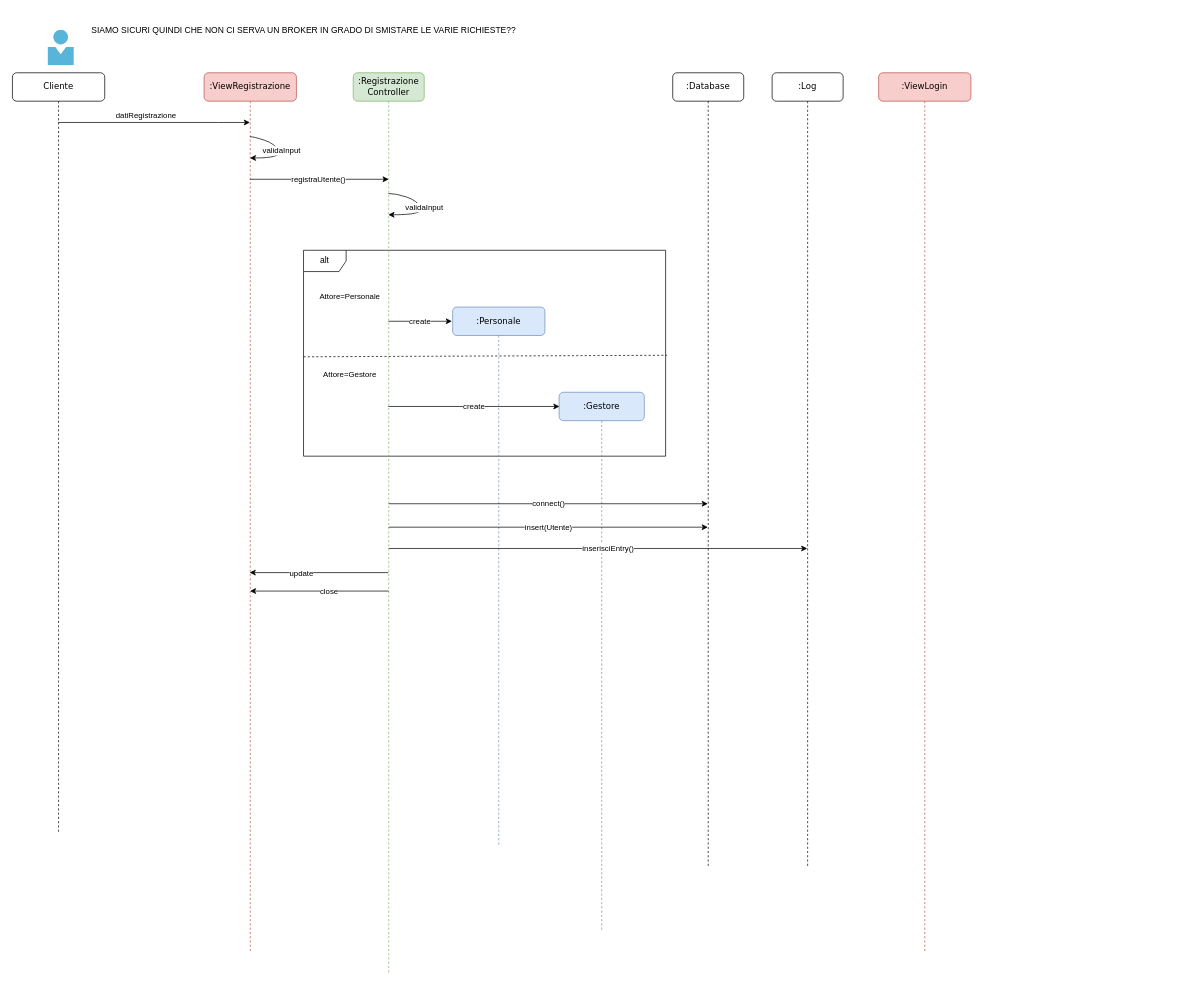
Earlier version of the draw.io diagram page "Registrazione" (1 of 4) of progettazione/dettaglio/dettaglioSequenza.drawio (Marco-Burattoni/Progetto-ids). Source tidied: cells renumbered, new cells numbered last; positions are measured from the earlier drawing's top-left corner, leaving out a move shared by most shapes. Both pictures are drawn from the tidied source at 71%, with x=0, y=0 at pixel (12, 19).
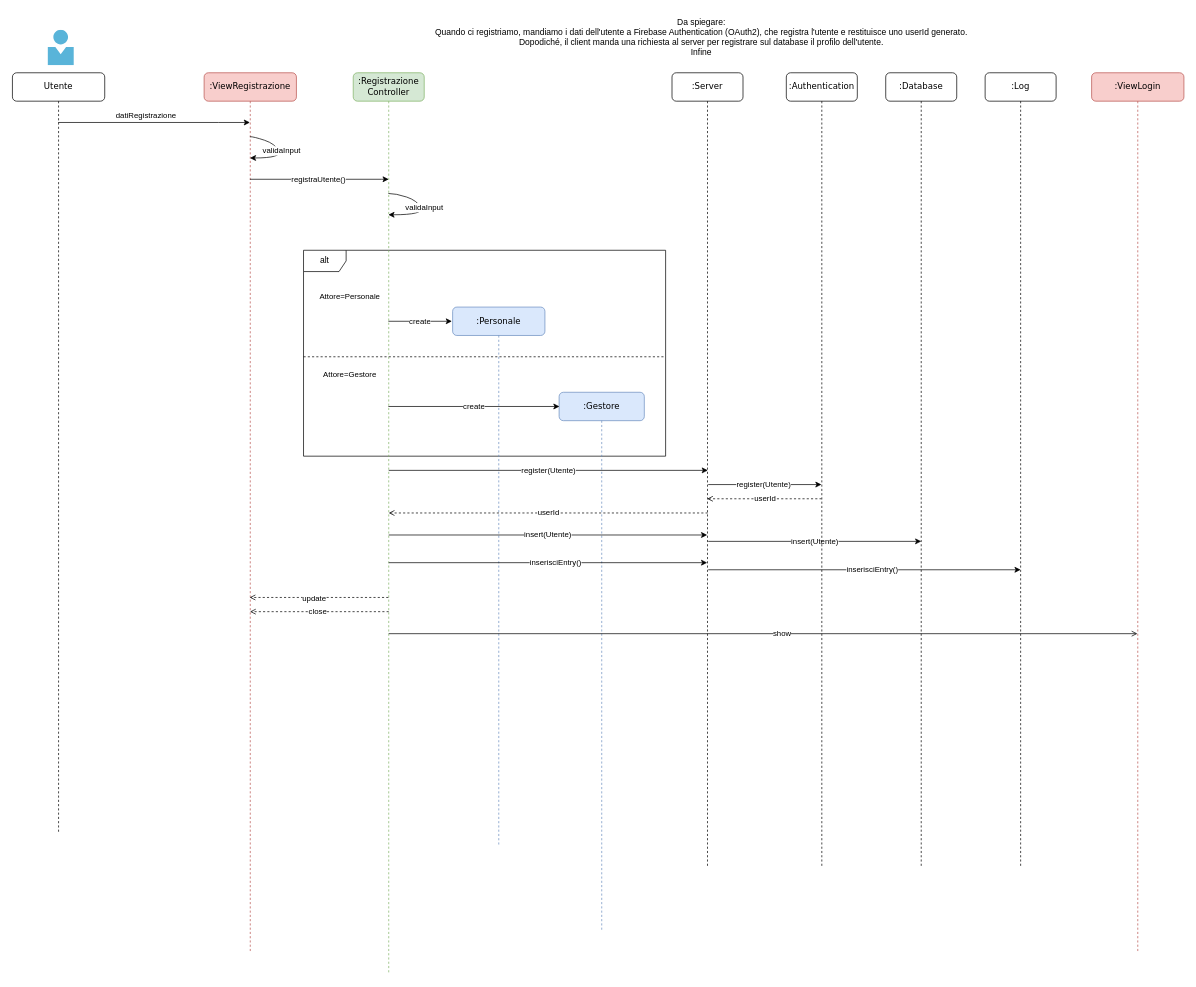
The same page after the edit.

The change refers to these unchanged cells:
```xml
<mxCell id="2" value="alt" style="shape=umlFrame;whiteSpace=wrap;html=1;" parent="1" vertex="1">
  <mxGeometry x="410" y="325" width="510" height="290" as="geometry" />
</mxCell>
<mxCell id="3" value=":Registrazione&lt;br&gt;Controller" style="shape=umlLifeline;perimeter=lifelinePerimeter;whiteSpace=wrap;html=1;outlineConnect=0;rounded=1;shadow=0;comic=0;labelBackgroundColor=none;strokeWidth=1;fontFamily=Verdana;fontSize=12;align=center;fillColor=#d5e8d4;strokeColor=#82b366;" parent="1" vertex="1">
  <mxGeometry x="480" y="75" width="100" height="1270" as="geometry" />
</mxCell>
```

The edit, as a diff of the source:
```diff
@@
-    <mxCell id="4" value="close" style="endArrow=classic;html=1;rounded=0;" parent="3" edge="1">
-      <mxGeometry x="-0.13" relative="1" as="geometry">
-        <mxPoint x="50" y="730" as="sourcePoint" />
-        <mxPoint x="-145.4" y="730" as="targetPoint" />
-        <mxPoint x="1" as="offset" />
+    <mxCell id="4" value="close" style="endArrow=open;html=1;rounded=0;dashed=1;endFill=0;" parent="3" edge="1">
+      <mxGeometry x="0.02" relative="1" as="geometry">
+        <mxPoint x="50" y="759" as="sourcePoint" />
+        <mxPoint x="-145.4" y="759" as="targetPoint" />
       </mxGeometry>
     </mxCell>
@@
-    <mxCell id="8" value="Cliente" style="shape=umlLifeline;perimeter=lifelinePerimeter;whiteSpace=wrap;html=1;outlineConnect=0;rounded=1;shadow=0;comic=0;labelBackgroundColor=none;strokeWidth=1;fontFamily=Verdana;fontSize=12;align=center;size=40;" parent="1" vertex="1">
+    <mxCell id="8" value="Utente" style="shape=umlLifeline;perimeter=lifelinePerimeter;whiteSpace=wrap;html=1;outlineConnect=0;rounded=1;shadow=0;comic=0;labelBackgroundColor=none;strokeWidth=1;fontFamily=Verdana;fontSize=12;align=center;size=40;" parent="1" vertex="1">
       <mxGeometry y="75" width="130" height="1070" as="geometry" />
     </mxCell>
@@
-    <mxCell id="11" value="SIAMO SICURI QUINDI CHE NON CI SERVA UN BROKER IN GRADO DI SMISTARE LE VARIE RICHIESTE??" style="text;html=1;align=center;verticalAlign=middle;strokeColor=none;fillColor=none;" parent="1" vertex="1">
-      <mxGeometry x="100" width="620" height="30" as="geometry" />
-    </mxCell>
@@
-    <mxCell id="17" style="endArrow=none;dashed=1;html=1;rounded=0;labelBackgroundColor=#FFFFFF;fontFamily=Helvetica;fontSize=11;entryX=1.004;entryY=0.51;entryDx=0;entryDy=0;entryPerimeter=0;" parent="1" edge="1" target="2">
+    <mxCell id="17" style="endArrow=none;dashed=1;html=1;rounded=0;labelBackgroundColor=#FFFFFF;fontFamily=Helvetica;fontSize=11;" parent="1" edge="1">
       <mxGeometry relative="1" as="geometry">
         <mxPoint x="410" y="475" as="sourcePoint" />
+        <mxPoint x="920" y="475" as="targetPoint" />
       </mxGeometry>
     </mxCell>
@@
     <mxCell id="20" value=":Database" style="shape=umlLifeline;perimeter=lifelinePerimeter;whiteSpace=wrap;html=1;rounded=1;shadow=0;comic=0;labelBackgroundColor=none;strokeWidth=1;fontFamily=Verdana;fontSize=12;align=center;" parent="1" vertex="1">
-      <mxGeometry x="930" y="75" width="100" height="1120" as="geometry" />
+      <mxGeometry x="1230" y="75" width="100" height="1120" as="geometry" />
     </mxCell>
+    <mxCell id="28" value="register(Utente)" style="endArrow=classic;html=1;rounded=0;" parent="20" edge="1" target="30">
+      <mxGeometry x="-0.02" relative="1" as="geometry">
+        <mxPoint x="-250" y="580" as="sourcePoint" />
+      </mxGeometry>
+    </mxCell>
+    <mxCell id="29" value="insert(Utente)" style="endArrow=classic;html=1;rounded=0;" parent="20" edge="1">
+      <mxGeometry relative="1" as="geometry">
+        <mxPoint x="-250" y="660" as="sourcePoint" />
+        <mxPoint x="50" y="660" as="targetPoint" />
+      </mxGeometry>
+    </mxCell>
-    <mxCell id="21" value="connect()" style="endArrow=classic;html=1;rounded=0;" parent="1" edge="1">
+    <mxCell id="21" value="userId" style="endArrow=none;html=1;rounded=0;startArrow=open;startFill=0;endFill=0;dashed=1;" parent="1" edge="1">
       <mxGeometry relative="1" as="geometry">
-        <mxPoint x="530" y="682" as="sourcePoint" />
-        <mxPoint x="979.5" y="682" as="targetPoint" />
+        <mxPoint x="530" y="695" as="sourcePoint" />
+        <mxPoint x="979.5" y="695" as="targetPoint" />
       </mxGeometry>
     </mxCell>
-    <mxCell id="22" value="insert(Utente)" style="endArrow=classic;html=1;rounded=0;" parent="1" edge="1">
+    <mxCell id="22" value="register(Utente)" style="endArrow=classic;html=1;rounded=0;" parent="1" edge="1">
       <mxGeometry relative="1" as="geometry">
-        <mxPoint x="530" y="715" as="sourcePoint" />
-        <mxPoint x="979.5" y="715" as="targetPoint" />
+        <mxPoint x="530" y="635" as="sourcePoint" />
+        <mxPoint x="979.5" y="635" as="targetPoint" />
       </mxGeometry>
     </mxCell>
     <mxCell id="23" value=":Log" style="shape=umlLifeline;perimeter=lifelinePerimeter;whiteSpace=wrap;html=1;outlineConnect=0;rounded=1;shadow=0;comic=0;labelBackgroundColor=none;strokeWidth=1;fontFamily=Verdana;fontSize=12;align=center;" parent="1" vertex="1">
-      <mxGeometry x="1070" y="75" width="100" height="1120" as="geometry" />
+      <mxGeometry x="1370" y="75" width="100" height="1120" as="geometry" />
     </mxCell>
-    <mxCell id="24" value="inserisciEntry()" style="endArrow=classic;html=1;rounded=0;" parent="1" edge="1" target="23">
+    <mxCell id="24" value="inserisciEntry()" style="endArrow=classic;html=1;rounded=0;" parent="1" edge="1">
       <mxGeometry x="0.05" relative="1" as="geometry">
-        <mxPoint x="530" y="745" as="sourcePoint" />
+        <mxPoint x="530" y="765" as="sourcePoint" />
+        <mxPoint x="978.5" y="765" as="targetPoint" />
       </mxGeometry>
     </mxCell>
-    <mxCell id="25" style="endArrow=classic;html=1;rounded=0;" parent="1" edge="1">
+    <mxCell id="25" style="endArrow=open;html=1;rounded=0;dashed=1;endFill=0;" parent="1" edge="1">
       <mxGeometry relative="1" as="geometry">
-        <mxPoint x="529.5" y="779" as="sourcePoint" />
-        <mxPoint x="334.1" y="779" as="targetPoint" />
+        <mxPoint x="529.5" y="814" as="sourcePoint" />
+        <mxPoint x="334.1" y="814" as="targetPoint" />
       </mxGeometry>
     </mxCell>
     <mxCell id="26" value="update" style="edgeLabel;html=1;align=center;verticalAlign=middle;" parent="25" vertex="1">
-      <mxGeometry x="0.26" relative="1" as="geometry" />
+      <mxGeometry x="0.26" relative="1" as="geometry">
+        <mxPoint x="18" as="offset" />
+      </mxGeometry>
     </mxCell>
     <mxCell id="27" value=":ViewLogin" style="shape=umlLifeline;perimeter=lifelinePerimeter;whiteSpace=wrap;html=1;outlineConnect=0;rounded=1;shadow=0;comic=0;labelBackgroundColor=none;strokeWidth=1;fontFamily=Verdana;fontSize=12;align=center;fillColor=#f8cecc;strokeColor=#b85450;size=40;" parent="1" vertex="1">
-      <mxGeometry x="1220" y="75" width="130" height="1240" as="geometry" />
+      <mxGeometry x="1520" y="75" width="130" height="1240" as="geometry" />
     </mxCell>
+    <mxCell id="30" value=":Authentication" style="shape=umlLifeline;perimeter=lifelinePerimeter;whiteSpace=wrap;html=1;outlineConnect=0;rounded=1;shadow=0;comic=0;labelBackgroundColor=none;strokeWidth=1;fontFamily=Verdana;fontSize=12;align=center;" parent="1" vertex="1">
+      <mxGeometry x="1090" y="75" width="100" height="1120" as="geometry" />
+    </mxCell>
+    <mxCell id="31" value="userId" style="endArrow=none;html=1;rounded=0;startArrow=open;startFill=0;endFill=0;dashed=1;" parent="30" edge="1" source="34">
+      <mxGeometry relative="1" as="geometry">
+        <mxPoint x="49.5" y="600" as="targetPoint" />
+      </mxGeometry>
+    </mxCell>
+    <mxCell id="32" value="insert(Utente)" style="endArrow=classic;html=1;rounded=0;" parent="1" edge="1">
+      <mxGeometry relative="1" as="geometry">
+        <mxPoint x="530" y="726" as="sourcePoint" />
+        <mxPoint x="978.5" y="726" as="targetPoint" />
+      </mxGeometry>
+    </mxCell>
+    <mxCell id="33" value="Da spiegare:&lt;br&gt;Quando ci registriamo, mandiamo i dati dell'utente a Firebase Authentication (OAuth2), che registra l'utente e restituisce uno userId generato.&lt;br&gt;Dopodiché, il client manda una richiesta al server per registrare sul database il profilo dell'utente.&lt;br&gt;Infine" style="text;html=1;align=center;verticalAlign=middle;strokeColor=none;fillColor=none;" parent="1" vertex="1">
+      <mxGeometry x="585" y="-10" width="770" height="70" as="geometry" />
+    </mxCell>
+    <mxCell id="34" value=":Server" style="shape=umlLifeline;perimeter=lifelinePerimeter;whiteSpace=wrap;html=1;outlineConnect=0;rounded=1;shadow=0;comic=0;labelBackgroundColor=none;strokeWidth=1;fontFamily=Verdana;fontSize=12;align=center;" parent="1" vertex="1">
+      <mxGeometry x="929" y="75" width="100" height="1120" as="geometry" />
+    </mxCell>
+    <mxCell id="35" value="inserisciEntry()" style="endArrow=classic;html=1;rounded=0;" parent="1" edge="1">
+      <mxGeometry x="0.05" relative="1" as="geometry">
+        <mxPoint x="980" y="775" as="sourcePoint" />
+        <mxPoint x="1420" y="775" as="targetPoint" />
+      </mxGeometry>
+    </mxCell>
+    <mxCell id="36" value="show" style="endArrow=open;html=1;rounded=0;endFill=0;" parent="1" edge="1" target="27">
+      <mxGeometry x="0.05" relative="1" as="geometry">
+        <mxPoint x="530" y="865" as="sourcePoint" />
+      </mxGeometry>
+    </mxCell>
```
